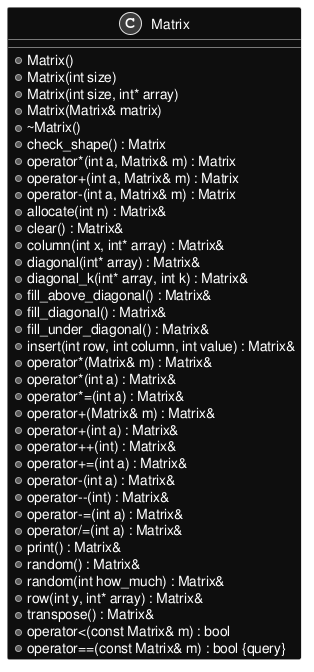
The PlantUML diagram inline_umlgraph_1.png in MaciejWojs/Matrix, before a commit.
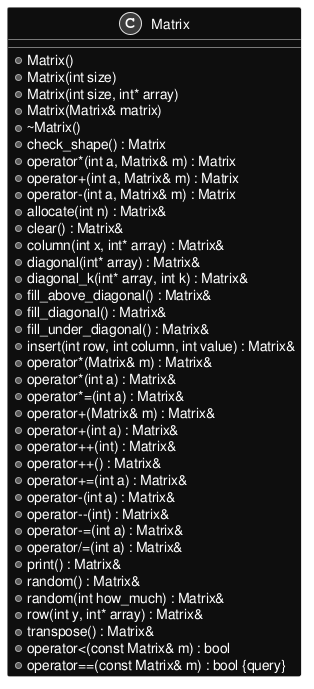
After the commit.

The edit, as a diff of the source:
```diff
@@ -27,6 +27,7 @@
 +operator+(Matrix& m) : Matrix&
 +operator+(int a) : Matrix&
 +operator++(int) : Matrix&
++operator++() : Matrix&
 +operator+=(int a) : Matrix&
 +operator-(int a) : Matrix&
 +operator--(int) : Matrix&
```
